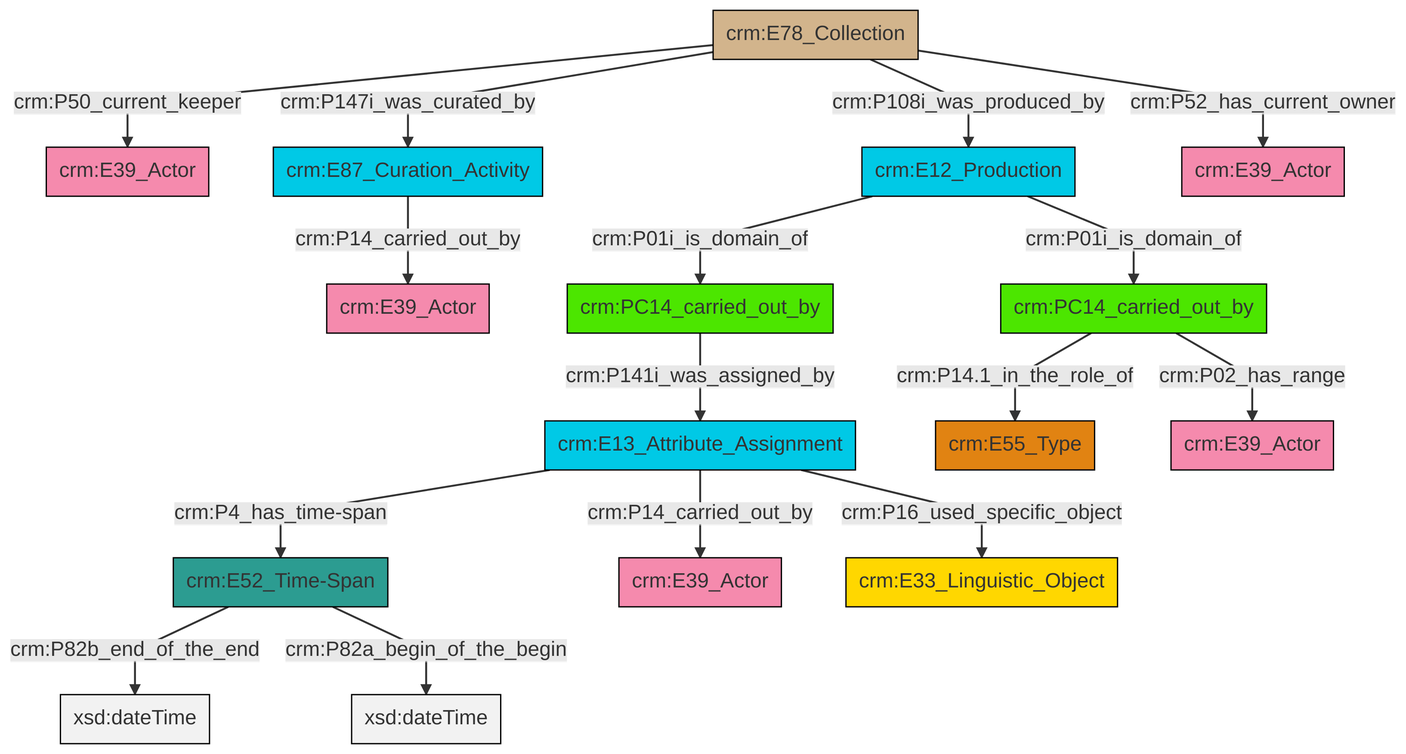
swiss-art-research-net/docs.swissartresearch keeps this Mermaid diagram as et/archivalCSV/ttl/mmd/png/archival_relation.png. Above is the earlier version. Its source is kept beside it as et/archivalCSV/ttl/mmd/archival_relation.ttl.mmd.
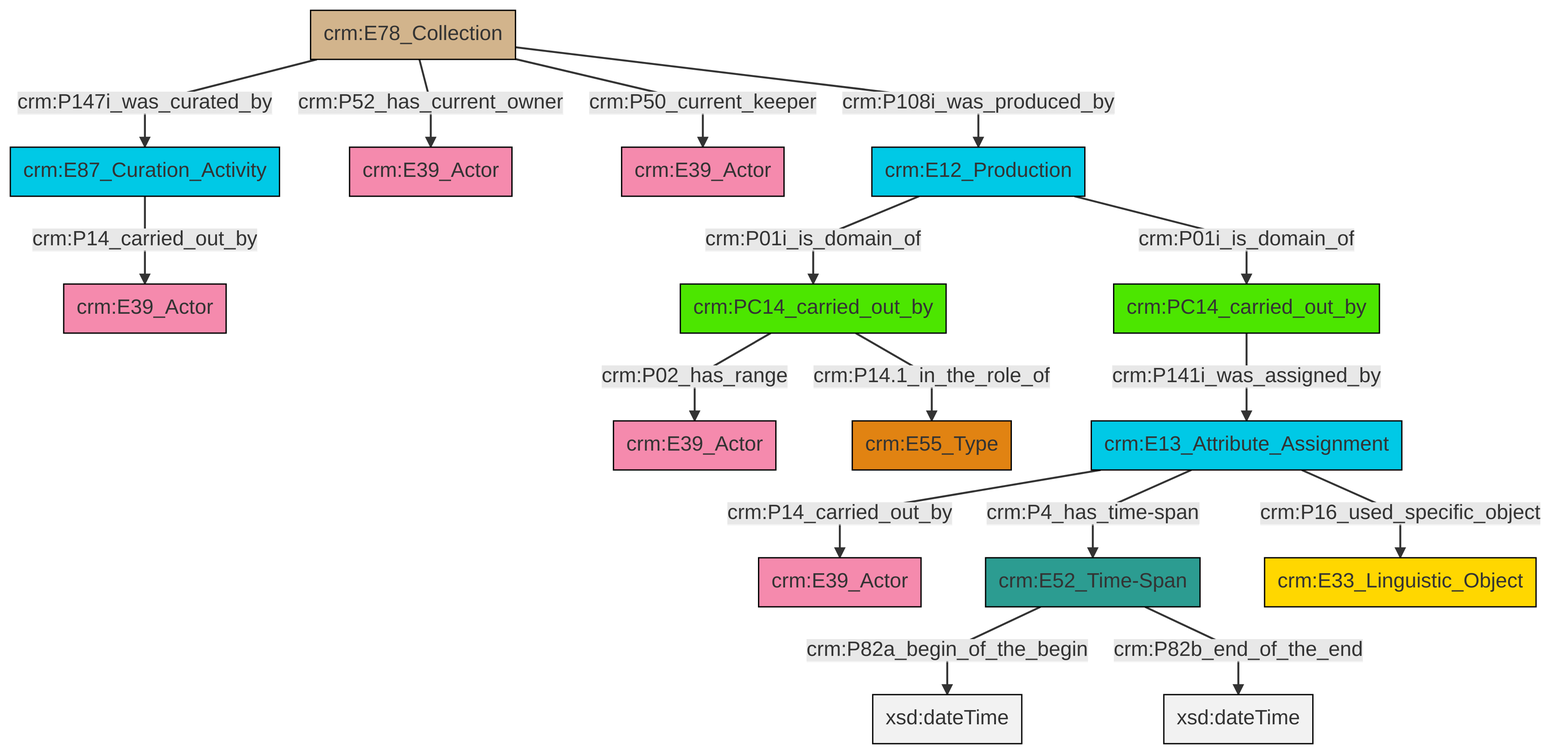
The same diagram one commit later.

What changed in the source:
```diff
@@ -13,18 +13,18 @@
 classDef PC_Classes fill:#4ce600, stroke:#000000;
 classDef Multi fill:#cccccc,stroke:#000000;
 
-2["crm:E13_Attribute_Assignment"]:::Temporal_Entity -->|crm:P4_has_time-span| 4["crm:E52_Time-Span"]:::Time-Span
-4["crm:E52_Time-Span"]:::Time-Span -->|crm:P82b_end_of_the_end| 5[xsd:dateTime]:::Literal
-6["crm:PC14_carried_out_by"]:::PC_Classes -->|crm:P141i_was_assigned_by| 2["crm:E13_Attribute_Assignment"]:::Temporal_Entity
-11["crm:E12_Production"]:::Temporal_Entity -->|crm:P01i_is_domain_of| 12["crm:PC14_carried_out_by"]:::PC_Classes
-2["crm:E13_Attribute_Assignment"]:::Temporal_Entity -->|crm:P14_carried_out_by| 13["crm:E39_Actor"]:::Actor
-12["crm:PC14_carried_out_by"]:::PC_Classes -->|crm:P02_has_range| 16["crm:E39_Actor"]:::Actor
-4["crm:E52_Time-Span"]:::Time-Span -->|crm:P82a_begin_of_the_begin| 17[xsd:dateTime]:::Literal
-18["crm:E78_Collection"]:::Physical_Thing -->|crm:P108i_was_produced_by| 11["crm:E12_Production"]:::Temporal_Entity
-18["crm:E78_Collection"]:::Physical_Thing -->|crm:P50_current_keeper| 7["crm:E39_Actor"]:::Actor
-19["crm:E87_Curation_Activity"]:::Temporal_Entity -->|crm:P14_carried_out_by| 0["crm:E39_Actor"]:::Actor
-11["crm:E12_Production"]:::Temporal_Entity -->|crm:P01i_is_domain_of| 6["crm:PC14_carried_out_by"]:::PC_Classes
-12["crm:PC14_carried_out_by"]:::PC_Classes -->|crm:P14.1_in_the_role_of| 9["crm:E55_Type"]:::Type
-18["crm:E78_Collection"]:::Physical_Thing -->|crm:P52_has_current_owner| 21["crm:E39_Actor"]:::Actor
-2["crm:E13_Attribute_Assignment"]:::Temporal_Entity -->|crm:P16_used_specific_object| 25["crm:E33_Linguistic_Object"]:::Conceptual_Object
-18["crm:E78_Collection"]:::Physical_Thing -->|crm:P147i_was_curated_by| 19["crm:E87_Curation_Activity"]:::Temporal_Entity
+2["crm:E13_Attribute_Assignment"]:::Temporal_Entity -->|crm:P14_carried_out_by| 3["crm:E39_Actor"]:::Actor
+7["crm:E87_Curation_Activity"]:::Temporal_Entity -->|crm:P14_carried_out_by| 5["crm:E39_Actor"]:::Actor
+8["crm:E52_Time-Span"]:::Time-Span -->|crm:P82a_begin_of_the_begin| 9[xsd:dateTime]:::Literal
+2["crm:E13_Attribute_Assignment"]:::Temporal_Entity -->|crm:P4_has_time-span| 8["crm:E52_Time-Span"]:::Time-Span
+20["crm:E12_Production"]:::Temporal_Entity -->|crm:P01i_is_domain_of| 21["crm:PC14_carried_out_by"]:::PC_Classes
+18["crm:E78_Collection"]:::Physical_Thing -->|crm:P147i_was_curated_by| 7["crm:E87_Curation_Activity"]:::Temporal_Entity
+8["crm:E52_Time-Span"]:::Time-Span -->|crm:P82b_end_of_the_end| 22[xsd:dateTime]:::Literal
+0["crm:PC14_carried_out_by"]:::PC_Classes -->|crm:P141i_was_assigned_by| 2["crm:E13_Attribute_Assignment"]:::Temporal_Entity
+21["crm:PC14_carried_out_by"]:::PC_Classes -->|crm:P02_has_range| 11["crm:E39_Actor"]:::Actor
+18["crm:E78_Collection"]:::Physical_Thing -->|crm:P52_has_current_owner| 14["crm:E39_Actor"]:::Actor
+18["crm:E78_Collection"]:::Physical_Thing -->|crm:P50_current_keeper| 24["crm:E39_Actor"]:::Actor
+21["crm:PC14_carried_out_by"]:::PC_Classes -->|crm:P14.1_in_the_role_of| 27["crm:E55_Type"]:::Type
+18["crm:E78_Collection"]:::Physical_Thing -->|crm:P108i_was_produced_by| 20["crm:E12_Production"]:::Temporal_Entity
+2["crm:E13_Attribute_Assignment"]:::Temporal_Entity -->|crm:P16_used_specific_object| 16["crm:E33_Linguistic_Object"]:::Conceptual_Object
+20["crm:E12_Production"]:::Temporal_Entity -->|crm:P01i_is_domain_of| 0["crm:PC14_carried_out_by"]:::PC_Classes
```
